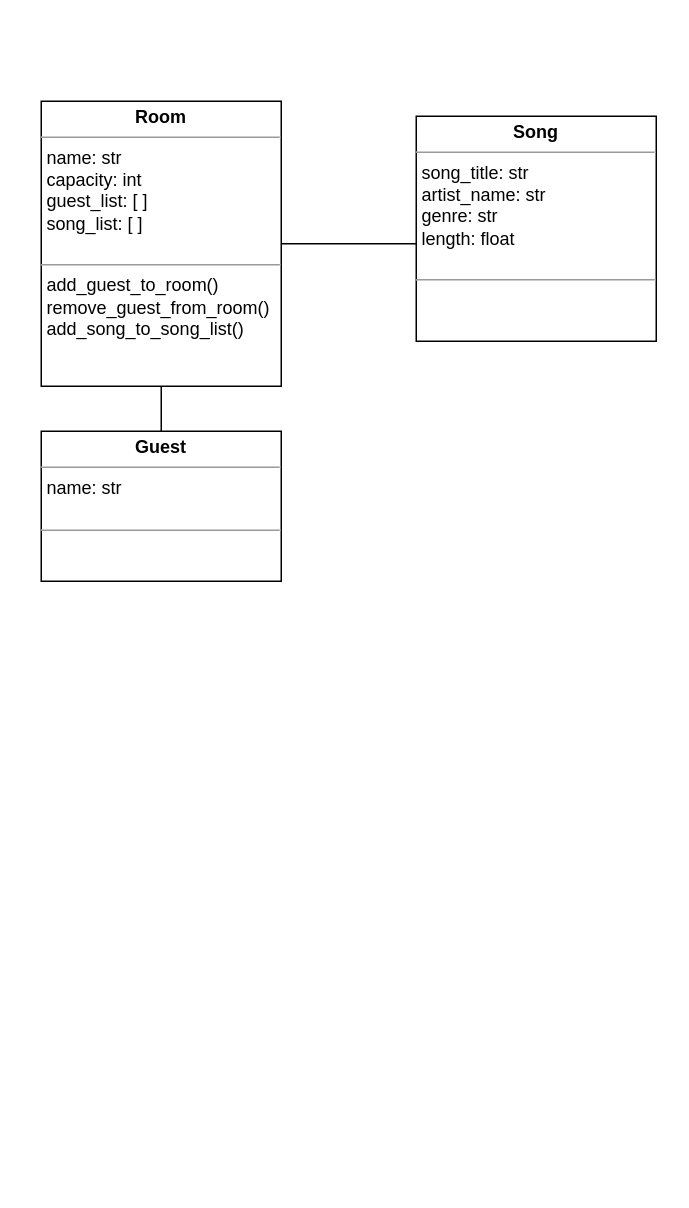
This is class_diagrams/codeclan_caraoke_class_diagram.drawio from benbeardyman/week_02_weekend_HW, a draw.io file, before an edit. Source tidied: cells renumbered, new cells numbered last; positions are measured from the earlier drawing's top-left corner, leaving out a move shared by most shapes. Both pictures are drawn from the tidied source at 150%, with x=0, y=0 at pixel (40, 100).
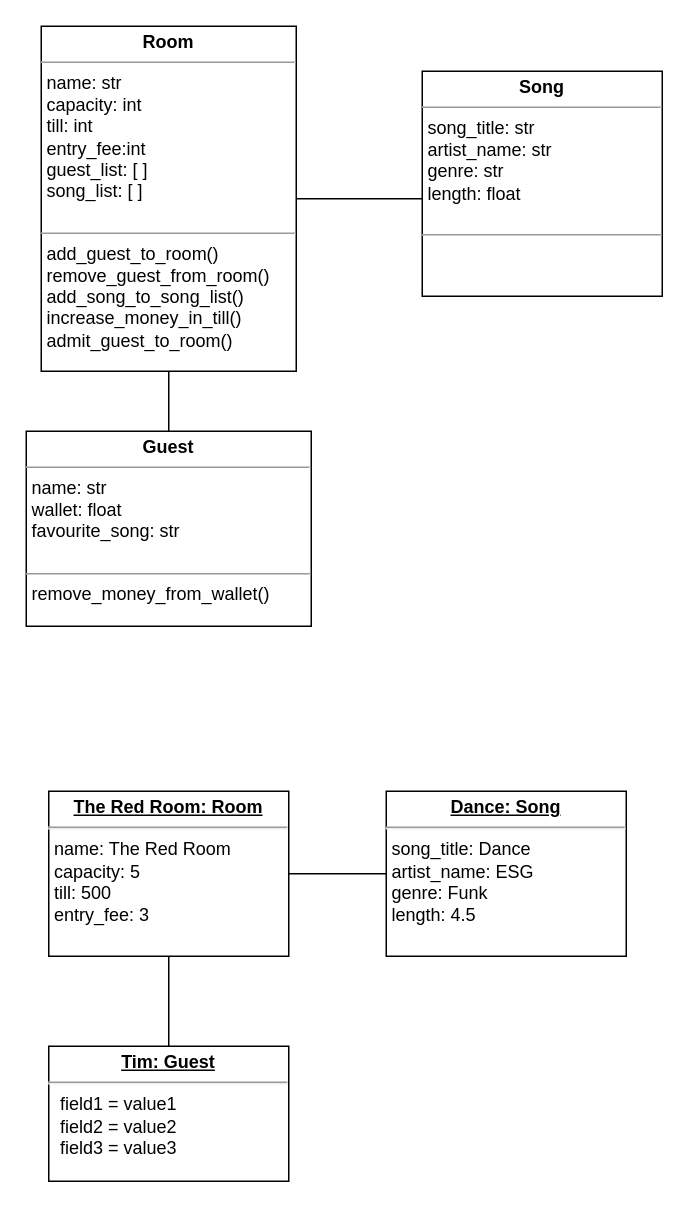
After the change.

Commit message (it also covers changes not shown here):
added wallet to customer + admit guest to room method to room class

Change to the diagram source:
```diff
@@
 <mxGraphModel>
   <root>
     <mxCell id="0" />
     <mxCell id="1" parent="0" />
-    <mxCell id="2" value="&lt;p style=&quot;margin:0px;margin-top:4px;text-align:center;&quot;&gt;&lt;b&gt;Room&lt;/b&gt;&lt;/p&gt;&lt;hr size=&quot;1&quot;&gt;&lt;p style=&quot;margin:0px;margin-left:4px;&quot;&gt;name: str&lt;/p&gt;&lt;p style=&quot;margin:0px;margin-left:4px;&quot;&gt;capacity: int&lt;/p&gt;&lt;p style=&quot;margin:0px;margin-left:4px;&quot;&gt;guest_list: [ ]&lt;/p&gt;&lt;p style=&quot;margin:0px;margin-left:4px;&quot;&gt;song_list: [ ]&lt;/p&gt;&lt;p style=&quot;margin:0px;margin-left:4px;&quot;&gt;&lt;br&gt;&lt;/p&gt;&lt;hr size=&quot;1&quot;&gt;&lt;p style=&quot;margin:0px;margin-left:4px;&quot;&gt;add_guest_to_room()&lt;/p&gt;&lt;p style=&quot;margin:0px;margin-left:4px;&quot;&gt;remove_guest_from_room()&lt;/p&gt;&lt;p style=&quot;margin:0px;margin-left:4px;&quot;&gt;add_song_to_song_list()&lt;/p&gt;" style="verticalAlign=top;align=left;overflow=fill;fontSize=12;fontFamily=Helvetica;html=1;" parent="1" vertex="1">
-      <mxGeometry width="160" height="190" as="geometry" />
+    <mxCell id="2" value="&lt;p style=&quot;margin:0px;margin-top:4px;text-align:center;&quot;&gt;&lt;b&gt;Room&lt;/b&gt;&lt;/p&gt;&lt;hr size=&quot;1&quot;&gt;&lt;p style=&quot;margin:0px;margin-left:4px;&quot;&gt;name: str&lt;/p&gt;&lt;p style=&quot;margin:0px;margin-left:4px;&quot;&gt;capacity: int&lt;/p&gt;&lt;p style=&quot;margin:0px;margin-left:4px;&quot;&gt;till: int&lt;/p&gt;&lt;p style=&quot;margin:0px;margin-left:4px;&quot;&gt;entry_fee:int&lt;/p&gt;&lt;p style=&quot;margin:0px;margin-left:4px;&quot;&gt;guest_list: [ ]&lt;/p&gt;&lt;p style=&quot;margin:0px;margin-left:4px;&quot;&gt;song_list: [ ]&lt;/p&gt;&lt;p style=&quot;margin:0px;margin-left:4px;&quot;&gt;&lt;br&gt;&lt;/p&gt;&lt;hr size=&quot;1&quot;&gt;&lt;p style=&quot;margin:0px;margin-left:4px;&quot;&gt;add_guest_to_room()&lt;/p&gt;&lt;p style=&quot;margin:0px;margin-left:4px;&quot;&gt;remove_guest_from_room()&lt;/p&gt;&lt;p style=&quot;margin:0px;margin-left:4px;&quot;&gt;add_song_to_song_list()&lt;/p&gt;&lt;p style=&quot;margin:0px;margin-left:4px;&quot;&gt;increase_money_in_till()&lt;/p&gt;&lt;p style=&quot;margin:0px;margin-left:4px;&quot;&gt;admit_guest_to_room()&lt;/p&gt;" style="verticalAlign=top;align=left;overflow=fill;fontSize=12;fontFamily=Helvetica;html=1;" parent="1" vertex="1">
+      <mxGeometry y="-50" width="170" height="230" as="geometry" />
     </mxCell>
     <mxCell id="3" style="edgeStyle=orthogonalEdgeStyle;rounded=0;jettySize=auto;html=1;endArrow=none;endFill=0;" parent="1" edge="1" source="4" target="2">
       <mxGeometry relative="1" as="geometry" />
     </mxCell>
-    <mxCell id="4" value="&lt;p style=&quot;margin:0px;margin-top:4px;text-align:center;&quot;&gt;&lt;b&gt;Guest&lt;/b&gt;&lt;/p&gt;&lt;hr size=&quot;1&quot;&gt;&lt;p style=&quot;margin:0px;margin-left:4px;&quot;&gt;name: str&lt;/p&gt;&lt;p style=&quot;margin:0px;margin-left:4px;&quot;&gt;&lt;br&gt;&lt;/p&gt;&lt;hr size=&quot;1&quot;&gt;&lt;p style=&quot;margin:0px;margin-left:4px;&quot;&gt;&lt;br&gt;&lt;/p&gt;" style="verticalAlign=top;align=left;overflow=fill;fontSize=12;fontFamily=Helvetica;html=1;" parent="1" vertex="1">
-      <mxGeometry y="220" width="160" height="100" as="geometry" />
+    <mxCell id="4" value="&lt;p style=&quot;margin:0px;margin-top:4px;text-align:center;&quot;&gt;&lt;b&gt;Guest&lt;/b&gt;&lt;/p&gt;&lt;hr size=&quot;1&quot;&gt;&lt;p style=&quot;margin:0px;margin-left:4px;&quot;&gt;name: str&lt;/p&gt;&lt;p style=&quot;margin:0px;margin-left:4px;&quot;&gt;wallet: float&lt;/p&gt;&lt;p style=&quot;margin:0px;margin-left:4px;&quot;&gt;favourite_song: str&lt;/p&gt;&lt;p style=&quot;margin:0px;margin-left:4px;&quot;&gt;&lt;br&gt;&lt;/p&gt;&lt;hr size=&quot;1&quot;&gt;&lt;p style=&quot;margin:0px;margin-left:4px;&quot;&gt;remove_money_from_wallet()&lt;/p&gt;" style="verticalAlign=top;align=left;overflow=fill;fontSize=12;fontFamily=Helvetica;html=1;" parent="1" vertex="1">
+      <mxGeometry x="-10" y="220" width="190" height="130" as="geometry" />
     </mxCell>
     <mxCell id="5" style="rounded=0;jettySize=auto;html=1;endArrow=none;endFill=0;exitX=0;exitY=0.567;exitDx=0;exitDy=0;exitPerimeter=0;" parent="1" edge="1" source="6" target="2">
       <mxGeometry relative="1" as="geometry" />
     </mxCell>
     <mxCell id="6" value="&lt;p style=&quot;margin:0px;margin-top:4px;text-align:center;&quot;&gt;&lt;b&gt;Song&lt;/b&gt;&lt;/p&gt;&lt;hr size=&quot;1&quot;&gt;&lt;p style=&quot;margin:0px;margin-left:4px;&quot;&gt;song_title: str&lt;/p&gt;&lt;p style=&quot;margin:0px;margin-left:4px;&quot;&gt;artist_name: str&lt;/p&gt;&lt;p style=&quot;margin:0px;margin-left:4px;&quot;&gt;genre: str&lt;/p&gt;&lt;p style=&quot;margin:0px;margin-left:4px;&quot;&gt;length: float&lt;/p&gt;&lt;p style=&quot;margin:0px;margin-left:4px;&quot;&gt;&lt;br&gt;&lt;/p&gt;&lt;hr size=&quot;1&quot;&gt;&lt;p style=&quot;margin:0px;margin-left:4px;&quot;&gt;&lt;br&gt;&lt;/p&gt;" style="verticalAlign=top;align=left;overflow=fill;fontSize=12;fontFamily=Helvetica;html=1;" parent="1" vertex="1">
-      <mxGeometry x="250" y="10" width="160" height="150" as="geometry" />
+      <mxGeometry x="254" y="-20" width="160" height="150" as="geometry" />
     </mxCell>
+    <mxCell id="7" value="&lt;p style=&quot;margin:0px;margin-top:4px;text-align:center;text-decoration:underline;&quot;&gt;&lt;b&gt;The Red Room: Room&lt;/b&gt;&lt;/p&gt;&lt;hr&gt;&lt;p style=&quot;margin: 0px 0px 0px 4px;&quot;&gt;name: The Red Room&lt;/p&gt;&lt;p style=&quot;margin: 0px 0px 0px 4px;&quot;&gt;capacity: 5&lt;/p&gt;&lt;p style=&quot;margin: 0px 0px 0px 4px;&quot;&gt;till: 500&lt;/p&gt;&lt;p style=&quot;margin: 0px 0px 0px 4px;&quot;&gt;entry_fee: 3&lt;/p&gt;" style="verticalAlign=top;align=left;overflow=fill;fontSize=12;fontFamily=Helvetica;html=1;" parent="1" vertex="1">
+      <mxGeometry x="5" y="460" width="160" height="110" as="geometry" />
+    </mxCell>
+    <mxCell id="8" style="edgeStyle=orthogonalEdgeStyle;rounded=0;jettySize=auto;html=1;endArrow=none;endFill=0;" parent="1" edge="1" source="9" target="7">
+      <mxGeometry relative="1" as="geometry" />
+    </mxCell>
+    <mxCell id="9" value="&lt;p style=&quot;margin:0px;margin-top:4px;text-align:center;text-decoration:underline;&quot;&gt;&lt;b&gt;Tim: Guest&lt;/b&gt;&lt;/p&gt;&lt;hr&gt;&lt;p style=&quot;margin:0px;margin-left:8px;&quot;&gt;field1 = value1&lt;br&gt;field2 = value2&lt;br&gt;field3 = value3&lt;/p&gt;" style="verticalAlign=top;align=left;overflow=fill;fontSize=12;fontFamily=Helvetica;html=1;" parent="1" vertex="1">
+      <mxGeometry x="5" y="630" width="160" height="90" as="geometry" />
+    </mxCell>
+    <mxCell id="10" style="edgeStyle=orthogonalEdgeStyle;rounded=0;jettySize=auto;html=1;endArrow=none;endFill=0;" parent="1" edge="1" source="11" target="7">
+      <mxGeometry relative="1" as="geometry" />
+    </mxCell>
+    <mxCell id="11" value="&lt;p style=&quot;margin:0px;margin-top:4px;text-align:center;text-decoration:underline;&quot;&gt;&lt;b&gt;Dance: Song&lt;/b&gt;&lt;/p&gt;&lt;hr&gt;&lt;p style=&quot;margin: 0px 0px 0px 4px;&quot;&gt;song_title: Dance&lt;/p&gt;&lt;p style=&quot;margin: 0px 0px 0px 4px;&quot;&gt;artist_name: ESG&lt;/p&gt;&lt;p style=&quot;margin: 0px 0px 0px 4px;&quot;&gt;genre: Funk&lt;/p&gt;&lt;p style=&quot;margin: 0px 0px 0px 4px;&quot;&gt;length: 4.5&lt;/p&gt;" style="verticalAlign=top;align=left;overflow=fill;fontSize=12;fontFamily=Helvetica;html=1;" parent="1" vertex="1">
+      <mxGeometry x="230" y="460" width="160" height="110" as="geometry" />
+    </mxCell>
   </root>
 </mxGraphModel>
```
